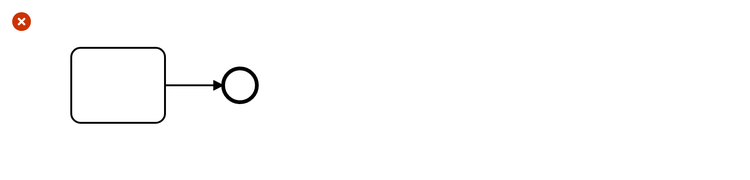
bpmn-io/bpmnlint keeps this BPMN diagram as docs/rules/examples/start-event-required-incorrect.png. Above is the earlier version. Its source is kept beside it as docs/rules/examples/start-event-required-incorrect.bpmn. Ids are renumbered.
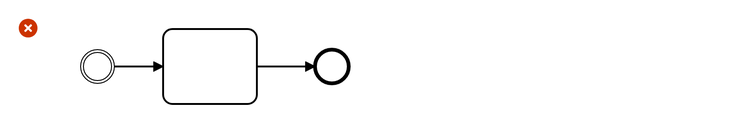
Later version of the same file.

Diff of the diagram source:
```diff
@@ -1,24 +1,36 @@
-<bpmn:definitions xmlns:bpmn="http://www.omg.org/spec/BPMN/20100524/MODEL" xmlns:bpmndi="http://www.omg.org/spec/BPMN/20100524/DI" xmlns:dc="http://www.omg.org/spec/DD/20100524/DC" xmlns:di="http://www.omg.org/spec/DD/20100524/DI" id="Definitions_n1" targetNamespace="http://bpmn.io/schema/bpmn" exporter="Camunda Modeler" exporterVersion="3.3.2">
+<bpmn:definitions xmlns:bpmn="http://www.omg.org/spec/BPMN/20100524/MODEL" xmlns:bpmndi="http://www.omg.org/spec/BPMN/20100524/DI" xmlns:dc="http://www.omg.org/spec/DD/20100524/DC" xmlns:di="http://www.omg.org/spec/DD/20100524/DI" id="Definitions_n1" targetNamespace="http://bpmn.io/schema/bpmn" exporter="Camunda Modeler" exporterVersion="3.3.0">
   <bpmn:process id="Process_1" isExecutable="true">
     <bpmn:task id="Task_1">
+      <bpmn:incoming>SequenceFlow_n2</bpmn:incoming>
       <bpmn:outgoing>SequenceFlow_2</bpmn:outgoing>
     </bpmn:task>
     <bpmn:endEvent id="EndEvent_1">
       <bpmn:incoming>SequenceFlow_2</bpmn:incoming>
     </bpmn:endEvent>
     <bpmn:sequenceFlow id="SequenceFlow_2" sourceRef="Task_1" targetRef="EndEvent_1" />
+    <bpmn:intermediateThrowEvent id="IntermediateThrowEvent_n3">
+      <bpmn:outgoing>SequenceFlow_n2</bpmn:outgoing>
+    </bpmn:intermediateThrowEvent>
+    <bpmn:sequenceFlow id="SequenceFlow_n2" sourceRef="IntermediateThrowEvent_n3" targetRef="Task_1" />
   </bpmn:process>
   <bpmndi:BPMNDiagram id="BPMNDiagram_1">
     <bpmndi:BPMNPlane id="BPMNPlane_1" bpmnElement="Process_1">
       <bpmndi:BPMNShape id="Task_0b61i0p_di" bpmnElement="Task_1">
-        <dc:Bounds x="160" y="77" width="100" height="80" />
+        <dc:Bounds x="240" y="77" width="100" height="80" />
       </bpmndi:BPMNShape>
       <bpmndi:BPMNShape id="EndEvent_0xxrmou_di" bpmnElement="EndEvent_1">
-        <dc:Bounds x="322" y="99" width="36" height="36" />
+        <dc:Bounds x="402" y="99" width="36" height="36" />
       </bpmndi:BPMNShape>
       <bpmndi:BPMNEdge id="SequenceFlow_0u3430p_di" bpmnElement="SequenceFlow_2">
-        <di:waypoint x="260" y="117" />
-        <di:waypoint x="322" y="117" />
+        <di:waypoint x="340" y="117" />
+        <di:waypoint x="402" y="117" />
+      </bpmndi:BPMNEdge>
+      <bpmndi:BPMNShape id="IntermediateThrowEvent_n3_di" bpmnElement="IntermediateThrowEvent_n3">
+        <dc:Bounds x="152" y="99" width="36" height="36" />
+      </bpmndi:BPMNShape>
+      <bpmndi:BPMNEdge id="SequenceFlow_n2_di" bpmnElement="SequenceFlow_n2">
+        <di:waypoint x="188" y="117" />
+        <di:waypoint x="240" y="117" />
       </bpmndi:BPMNEdge>
     </bpmndi:BPMNPlane>
   </bpmndi:BPMNDiagram>
```
